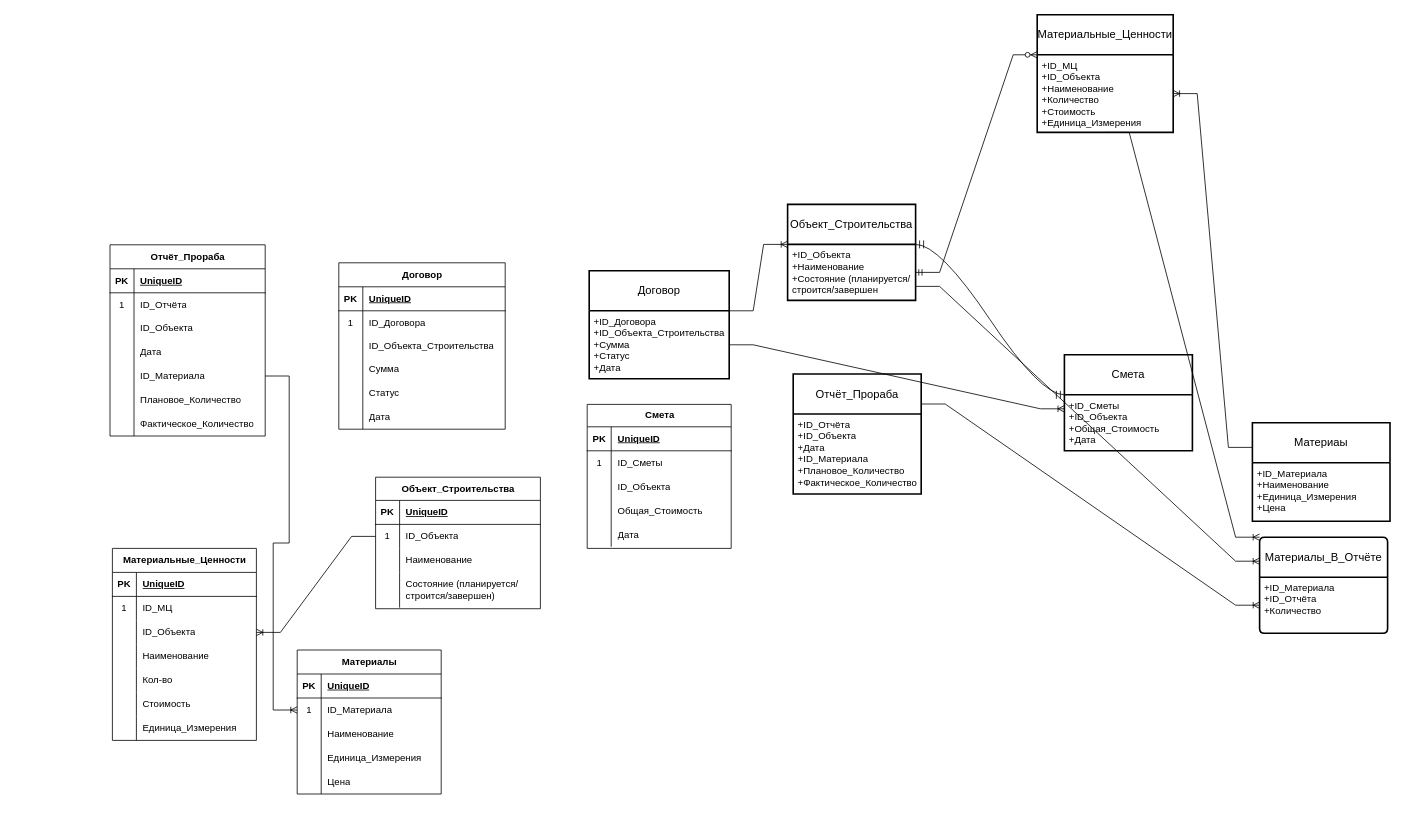
Earlier version of the draw.io diagram page "Страница — 1" (1 of 2) of ER-diagram model.drawio (HoveringTurtle/testrep). Source tidied: cells renumbered, new cells numbered last; positions are measured from the earlier drawing's top-left corner, leaving out a move shared by most shapes. Both pictures are drawn from the tidied source at 80%, with x=0, y=0 at pixel (110, 14).
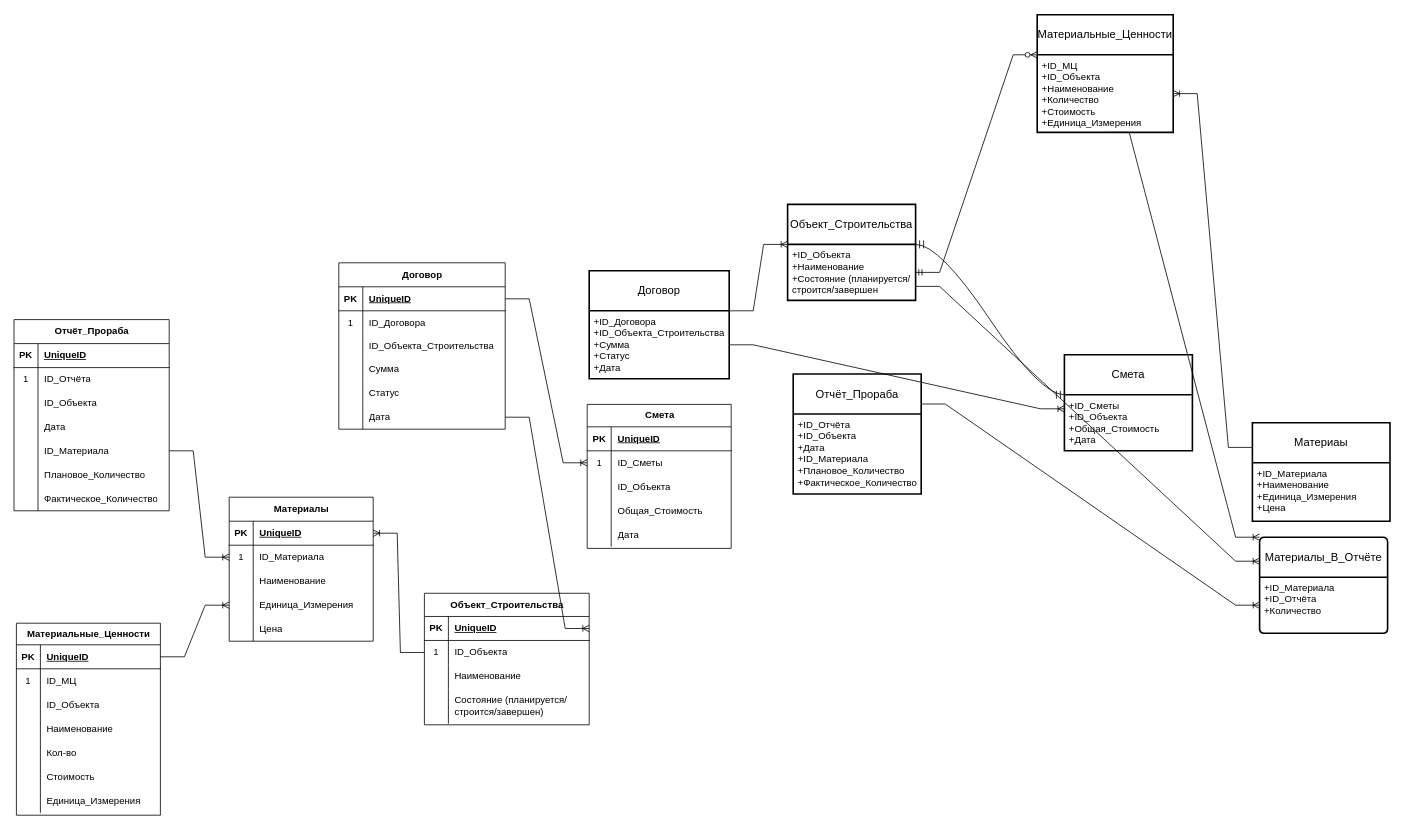
The same diagram, later.

Unchanged cells that the change refers to:
```xml
<mxCell id="3" style="shape=tableRow;horizontal=0;startSize=0;swimlaneHead=0;swimlaneBody=0;fillColor=none;points=[[0,0.5],[1,0.5]];portConstraint=eastwest;top=0;left=0;right=0;bottom=1;" parent="2" vertex="1">
  <mxGeometry y="30" width="208" height="30" as="geometry" />
</mxCell>
<mxCell id="18" style="shape=tableRow;horizontal=0;startSize=0;swimlaneHead=0;swimlaneBody=0;fillColor=none;points=[[0,0.5],[1,0.5]];portConstraint=eastwest;top=0;left=0;right=0;bottom=0;" parent="2" vertex="1">
  <mxGeometry y="178" width="208" height="30" as="geometry" />
</mxCell>
<mxCell id="22" style="shape=tableRow;horizontal=0;startSize=0;swimlaneHead=0;swimlaneBody=0;fillColor=none;points=[[0,0.5],[1,0.5]];portConstraint=eastwest;top=0;left=0;right=0;bottom=1;" parent="21" vertex="1">
  <mxGeometry y="29" width="206" height="30" as="geometry" />
</mxCell>
<mxCell id="25" style="shape=tableRow;horizontal=0;startSize=0;swimlaneHead=0;swimlaneBody=0;fillColor=none;points=[[0,0.5],[1,0.5]];portConstraint=eastwest;top=0;left=0;right=0;bottom=0;" parent="21" vertex="1">
  <mxGeometry y="59" width="206" height="30" as="geometry" />
</mxCell>
<mxCell id="35" style="shape=tableRow;horizontal=0;startSize=0;swimlaneHead=0;swimlaneBody=0;fillColor=none;points=[[0,0.5],[1,0.5]];portConstraint=eastwest;top=0;left=0;right=0;bottom=1;" parent="34" vertex="1">
  <mxGeometry y="30" width="180" height="30" as="geometry" />
</mxCell>
<mxCell id="44" style="shape=tableRow;horizontal=0;startSize=0;swimlaneHead=0;swimlaneBody=0;fillColor=none;points=[[0,0.5],[1,0.5]];portConstraint=eastwest;top=0;left=0;right=0;bottom=0;" parent="34" vertex="1">
  <mxGeometry y="120" width="180" height="30" as="geometry" />
</mxCell>
<mxCell id="76" style="shape=tableRow;horizontal=0;startSize=0;swimlaneHead=0;swimlaneBody=0;fillColor=none;points=[[0,0.5],[1,0.5]];portConstraint=eastwest;top=0;left=0;right=0;bottom=0;" parent="72" vertex="1">
  <mxGeometry y="58" width="180" height="30" as="geometry" />
</mxCell>
```

Change to the diagram source:
```diff
@@
     <mxCell id="21" value="Объект_Строительства" style="shape=table;startSize=29;childLayout=tableLayout;rowLines=0;fontStyle=1;align=center;html=1;" parent="1" vertex="1">
-      <mxGeometry x="332" y="578" width="206" height="164.4" as="geometry" />
+      <mxGeometry x="393" y="723.1" width="206" height="164.4" as="geometry" />
     </mxCell>
@@
     <mxCell id="34" value="Материалы" style="shape=table;startSize=30;childLayout=tableLayout;rowLines=0;fontStyle=1;align=center;html=1;" parent="1" vertex="1">
-      <mxGeometry x="234" y="794" width="180" height="180" as="geometry" />
+      <mxGeometry x="149" y="603" width="180" height="180" as="geometry" />
     </mxCell>
@@
     <mxCell id="50" value="Отчёт_Прораба" style="shape=table;startSize=30;childLayout=tableLayout;rowLines=0;fontStyle=1;align=center;html=1;" parent="1" vertex="1">
-      <mxGeometry y="287.5" width="194" height="239" as="geometry" />
+      <mxGeometry x="-120" y="381" width="194" height="239" as="geometry" />
     </mxCell>
@@
-    <mxCell id="88" value="Материальные_Ценности" style="shape=table;startSize=30;childLayout=tableLayout;rowLines=0;fontStyle=1;align=center;html=1;" parent="1" vertex="1">
-      <mxGeometry x="3" y="667" width="180" height="240" as="geometry" />
+    <mxCell id="88" value="Материальные_Ценности" style="shape=table;startSize=27;childLayout=tableLayout;rowLines=0;fontStyle=1;align=center;html=1;" parent="1" vertex="1">
+      <mxGeometry x="-117" y="760.5" width="180" height="240" as="geometry" />
     </mxCell>
     <mxCell id="89" style="shape=tableRow;horizontal=0;startSize=0;swimlaneHead=0;swimlaneBody=0;fillColor=none;points=[[0,0.5],[1,0.5]];portConstraint=eastwest;top=0;left=0;right=0;bottom=1;" parent="88" vertex="1">
-      <mxGeometry y="30" width="180" height="30" as="geometry" />
+      <mxGeometry y="27" width="180" height="30" as="geometry" />
     </mxCell>
@@
     <mxCell id="92" style="shape=tableRow;horizontal=0;startSize=0;swimlaneHead=0;swimlaneBody=0;fillColor=none;top=0;left=0;right=0;bottom=0;" parent="88" vertex="1">
-      <mxGeometry y="60" width="180" height="30" as="geometry" />
+      <mxGeometry y="57" width="180" height="30" as="geometry" />
     </mxCell>
@@
     <mxCell id="95" style="shape=tableRow;horizontal=0;startSize=0;swimlaneHead=0;swimlaneBody=0;fillColor=none;points=[[0,0.5],[1,0.5]];portConstraint=eastwest;top=0;left=0;right=0;bottom=0;" parent="88" vertex="1">
-      <mxGeometry y="90" width="180" height="30" as="geometry" />
+      <mxGeometry y="87" width="180" height="30" as="geometry" />
     </mxCell>
@@
     <mxCell id="98" style="shape=tableRow;horizontal=0;startSize=0;swimlaneHead=0;swimlaneBody=0;fillColor=none;top=0;left=0;right=0;bottom=0;" parent="88" vertex="1">
-      <mxGeometry y="120" width="180" height="30" as="geometry" />
+      <mxGeometry y="117" width="180" height="30" as="geometry" />
     </mxCell>
@@
     <mxCell id="101" style="shape=tableRow;horizontal=0;startSize=0;swimlaneHead=0;swimlaneBody=0;fillColor=none;top=0;left=0;right=0;bottom=0;" parent="88" vertex="1">
-      <mxGeometry y="150" width="180" height="30" as="geometry" />
+      <mxGeometry y="147" width="180" height="30" as="geometry" />
     </mxCell>
@@
     <mxCell id="104" style="shape=tableRow;horizontal=0;startSize=0;swimlaneHead=0;swimlaneBody=0;fillColor=none;top=0;left=0;right=0;bottom=0;" parent="88" vertex="1">
-      <mxGeometry y="180" width="180" height="30" as="geometry" />
+      <mxGeometry y="177" width="180" height="30" as="geometry" />
     </mxCell>
@@
     <mxCell id="107" style="shape=tableRow;horizontal=0;startSize=0;swimlaneHead=0;swimlaneBody=0;fillColor=none;top=0;left=0;right=0;bottom=0;" parent="88" vertex="1">
-      <mxGeometry y="210" width="180" height="30" as="geometry" />
+      <mxGeometry y="207" width="180" height="30" as="geometry" />
     </mxCell>
@@
-    <mxCell id="133" style="edgeStyle=entityRelationEdgeStyle;fontSize=12;html=1;endArrow=ERoneToMany;rounded=0;entryX=1;entryY=0.5;entryDx=0;entryDy=0;exitX=0;exitY=0.5;exitDx=0;exitDy=0;" parent="1" edge="1" source="25" target="95">
-      <mxGeometry relative="1" as="geometry" />
+    <mxCell id="133" style="edgeStyle=entityRelationEdgeStyle;fontSize=12;html=1;endArrow=ERoneToMany;rounded=0;entryX=1;entryY=0.5;entryDx=0;entryDy=0;exitX=0;exitY=0.5;exitDx=0;exitDy=0;" parent="1" edge="1" source="25" target="35">
+      <mxGeometry relative="1" as="geometry">
+        <Array as="points">
+          <mxPoint x="286" y="888" />
+        </Array>
+      </mxGeometry>
     </mxCell>
+    <mxCell id="134" style="edgeStyle=entityRelationEdgeStyle;fontSize=12;html=1;endArrow=ERoneToMany;rounded=0;exitX=1;exitY=0.5;exitDx=0;exitDy=0;entryX=0;entryY=0.5;entryDx=0;entryDy=0;" parent="1" edge="1" source="3" target="76">
+      <mxGeometry relative="1" as="geometry" />
+    </mxCell>
+    <mxCell id="135" style="edgeStyle=entityRelationEdgeStyle;fontSize=12;html=1;endArrow=ERoneToMany;rounded=0;exitX=1;exitY=0.5;exitDx=0;exitDy=0;entryX=1;entryY=0.5;entryDx=0;entryDy=0;" parent="1" edge="1" source="18" target="22">
+      <mxGeometry relative="1" as="geometry" />
+    </mxCell>
+    <mxCell id="136" style="edgeStyle=entityRelationEdgeStyle;fontSize=12;html=1;endArrow=ERoneToMany;rounded=0;exitX=1;exitY=0.5;exitDx=0;exitDy=0;entryX=0;entryY=0.5;entryDx=0;entryDy=0;" parent="1" edge="1" source="89" target="44">
+      <mxGeometry relative="1" as="geometry" />
+    </mxCell>
```
